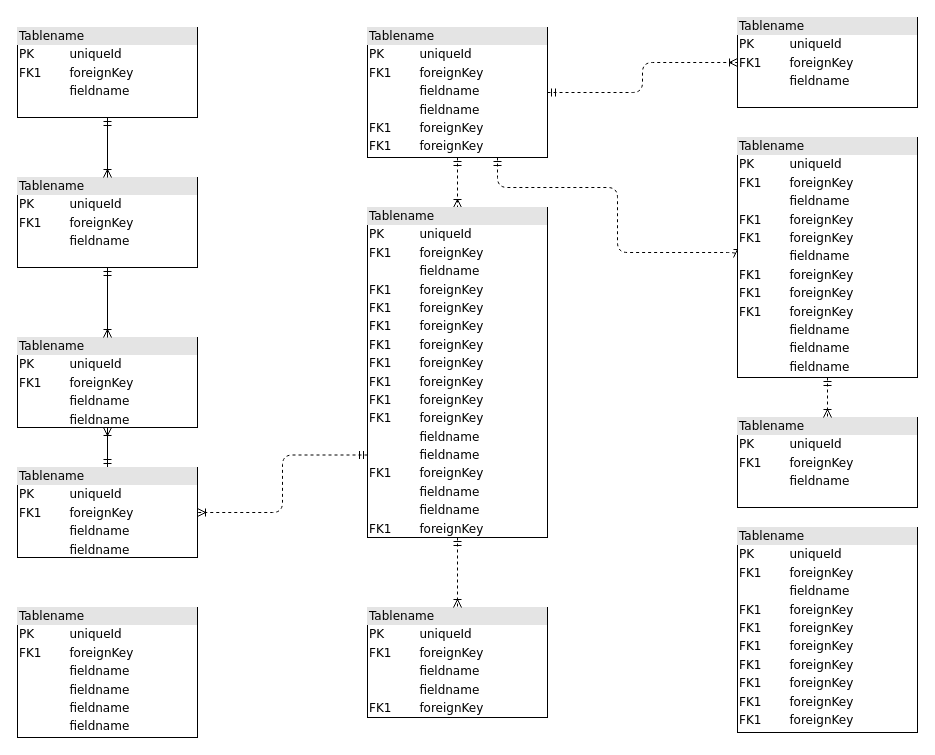
Earlier version of the draw.io diagram Untitled Diagram.drawio (HolubVasy/timesmart). Source tidied: cells renumbered, new cells numbered last; positions are measured from the earlier drawing's top-left corner, leaving out a move shared by most shapes. Both pictures are drawn from the tidied source at 100%, with x=0, y=0 at pixel (17, 17).
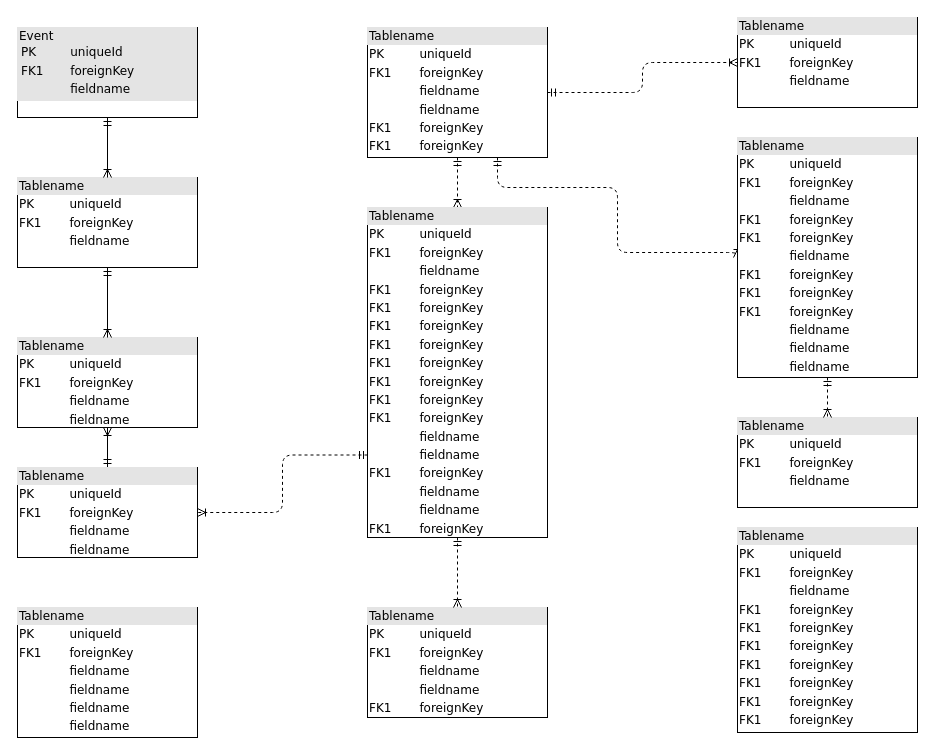
The same diagram, later.

Change to the diagram source:
```diff
@@
-    <mxCell id="2" value="&lt;div style=&quot;box-sizing:border-box;width:100%;background:#e4e4e4;padding:2px;&quot;&gt;Tablename&lt;/div&gt;&lt;table style=&quot;width:100%;font-size:1em;&quot; cellpadding=&quot;2&quot; cellspacing=&quot;0&quot;&gt;&lt;tr&gt;&lt;td&gt;PK&lt;/td&gt;&lt;td&gt;uniqueId&lt;/td&gt;&lt;/tr&gt;&lt;tr&gt;&lt;td&gt;FK1&lt;/td&gt;&lt;td&gt;foreignKey&lt;/td&gt;&lt;/tr&gt;&lt;tr&gt;&lt;td&gt;&lt;/td&gt;&lt;td&gt;fieldname&lt;/td&gt;&lt;/tr&gt;&lt;/table&gt;" style="verticalAlign=top;align=left;overflow=fill;html=1;rounded=0;shadow=0;comic=0;labelBackgroundColor=none;strokeWidth=1;fontFamily=Verdana;fontSize=12;" parent="1" vertex="1">
+    <mxCell id="2" value="&lt;div style=&quot;box-sizing:border-box;width:100%;background:#e4e4e4;padding:2px;&quot;&gt;Event&lt;table style=&quot;background-color: initial; font-size: 1em; width: 100%;&quot; cellpadding=&quot;2&quot; cellspacing=&quot;0&quot;&gt;&lt;tbody&gt;&lt;tr&gt;&lt;td&gt;PK&lt;/td&gt;&lt;td&gt;uniqueId&lt;/td&gt;&lt;/tr&gt;&lt;tr&gt;&lt;td&gt;FK1&lt;/td&gt;&lt;td&gt;foreignKey&lt;/td&gt;&lt;/tr&gt;&lt;tr&gt;&lt;td&gt;&lt;/td&gt;&lt;td&gt;fieldname&lt;/td&gt;&lt;/tr&gt;&lt;/tbody&gt;&lt;/table&gt;&lt;/div&gt;" style="verticalAlign=top;align=left;overflow=fill;html=1;rounded=0;shadow=0;comic=0;labelBackgroundColor=none;strokeWidth=1;fontFamily=Verdana;fontSize=12;" parent="1" vertex="1">
       <mxGeometry y="10" width="180" height="90" as="geometry" />
     </mxCell>
```
